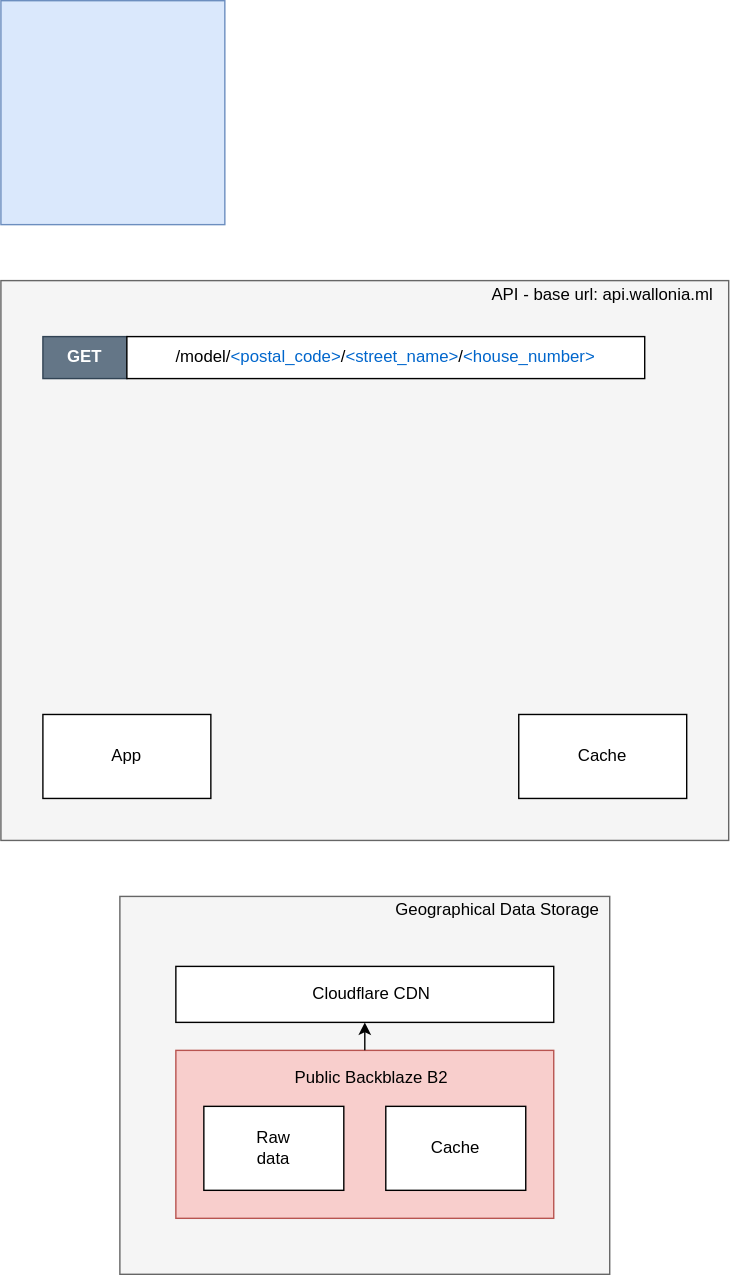
This is Untitled Diagram.svg from paradous/3D_houses, a draw.io export, as it was before one commit. Source tidied: cells renumbered, new cells last; positions are measured from the earlier drawing's top-left corner, leaving out a move shared by most shapes.
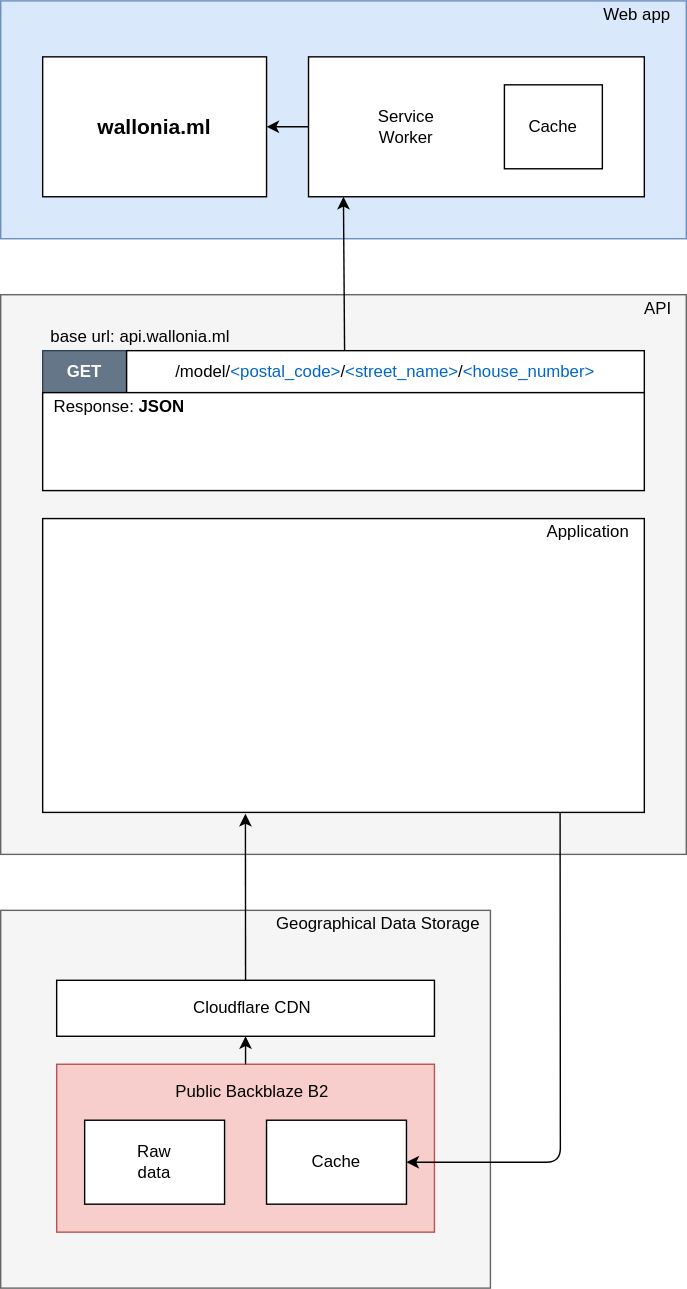
The same file after the commit.

Diff of the diagram source:
```diff
@@ -3,58 +3,52 @@
     <mxCell id="0" />
     <mxCell id="1" parent="0" />
     <mxCell id="2" style="rounded=0;whiteSpace=wrap;html=1;fillColor=#dae8fc;strokeColor=#6c8ebf;" parent="1" vertex="1">
-      <mxGeometry width="160" height="160" as="geometry" />
+      <mxGeometry y="-10" width="490" height="170" as="geometry" />
     </mxCell>
-    <mxCell id="3" style="rounded=0;whiteSpace=wrap;html=1;fillColor=#f5f5f5;strokeColor=#666666;fontColor=#333333;" parent="1" vertex="1">
-      <mxGeometry y="200" width="520" height="400" as="geometry" />
+    <mxCell id="3" value="&lt;meta charset=&quot;utf-8&quot;&gt;&lt;span style=&quot;color: rgb(0, 0, 0); font-family: helvetica; font-size: 12px; font-style: normal; font-weight: 400; letter-spacing: normal; text-align: center; text-indent: 0px; text-transform: none; word-spacing: 0px; background-color: rgb(248, 249, 250); display: inline; float: none;&quot;&gt;base url: api.wallonia.ml&lt;/span&gt;" style="rounded=0;whiteSpace=wrap;html=1;fillColor=#f5f5f5;strokeColor=#666666;fontColor=#333333;" parent="1" vertex="1">
+      <mxGeometry y="200" width="490" height="400" as="geometry" />
     </mxCell>
     <mxCell id="4" style="rounded=0;whiteSpace=wrap;html=1;fillColor=#f5f5f5;strokeColor=#666666;fontColor=#333333;" parent="1" vertex="1">
-      <mxGeometry x="85" y="640" width="350" height="270" as="geometry" />
+      <mxGeometry y="640" width="350" height="270" as="geometry" />
     </mxCell>
     <mxCell id="5" style="rounded=0;whiteSpace=wrap;html=1;" parent="1" vertex="1">
-      <mxGeometry x="125" y="690" width="270" height="40" as="geometry" />
+      <mxGeometry x="40" y="690" width="270" height="40" as="geometry" />
     </mxCell>
     <mxCell id="6" value="Cloudflare CDN" style="text;html=1;strokeColor=none;fillColor=none;align=center;verticalAlign=middle;whiteSpace=wrap;rounded=0;" parent="1" vertex="1">
-      <mxGeometry x="165" y="700" width="200" height="20" as="geometry" />
+      <mxGeometry x="80" y="700" width="200" height="20" as="geometry" />
     </mxCell>
     <mxCell id="7" style="rounded=0;whiteSpace=wrap;html=1;fillColor=#f8cecc;strokeColor=#b85450;" parent="1" vertex="1">
-      <mxGeometry x="125" y="750" width="270" height="120" as="geometry" />
+      <mxGeometry x="40" y="750" width="270" height="120" as="geometry" />
     </mxCell>
     <mxCell id="8" value="Public Backblaze B2" style="text;html=1;strokeColor=none;fillColor=none;align=center;verticalAlign=middle;whiteSpace=wrap;rounded=0;" parent="1" vertex="1">
-      <mxGeometry x="205" y="760" width="120" height="20" as="geometry" />
+      <mxGeometry x="120" y="760" width="120" height="20" as="geometry" />
     </mxCell>
     <mxCell id="9" value="Geographical Data Storage" style="text;html=1;strokeColor=none;fillColor=none;align=center;verticalAlign=middle;whiteSpace=wrap;rounded=0;" parent="1" vertex="1">
-      <mxGeometry x="275" y="640" width="160" height="20" as="geometry" />
+      <mxGeometry x="190" y="640" width="160" height="20" as="geometry" />
     </mxCell>
-    <mxCell id="10" value="API - base url: api.wallonia.ml" style="text;html=1;strokeColor=none;fillColor=none;align=center;verticalAlign=middle;whiteSpace=wrap;rounded=0;" parent="1" vertex="1">
-      <mxGeometry x="340" y="200" width="180" height="20" as="geometry" />
+    <mxCell id="10" value="API" style="text;html=1;strokeColor=none;fillColor=none;align=center;verticalAlign=middle;whiteSpace=wrap;rounded=0;" parent="1" vertex="1">
+      <mxGeometry x="450" y="200" width="40" height="20" as="geometry" />
     </mxCell>
     <mxCell id="11" style="rounded=0;whiteSpace=wrap;html=1;fillColor=#647687;strokeColor=#314354;fontColor=#ffffff;" parent="1" vertex="1">
       <mxGeometry x="30" y="240" width="60" height="30" as="geometry" />
     </mxCell>
     <mxCell id="12" style="rounded=0;whiteSpace=wrap;html=1;" parent="1" vertex="1">
-      <mxGeometry x="30" y="510" width="120" height="60" as="geometry" />
+      <mxGeometry x="30" y="360" width="430" height="210" as="geometry" />
     </mxCell>
-    <mxCell id="13" value="App" style="text;html=1;strokeColor=none;fillColor=none;align=center;verticalAlign=middle;whiteSpace=wrap;rounded=0;" parent="1" vertex="1">
-      <mxGeometry x="70" y="530" width="40" height="20" as="geometry" />
+    <mxCell id="13" value="Application" style="text;html=1;strokeColor=none;fillColor=none;align=center;verticalAlign=middle;whiteSpace=wrap;rounded=0;" parent="1" vertex="1">
+      <mxGeometry x="380" y="360" width="80" height="20" as="geometry" />
     </mxCell>
-    <mxCell id="14" style="rounded=0;whiteSpace=wrap;html=1;" parent="1" vertex="1">
-      <mxGeometry x="370" y="510" width="120" height="60" as="geometry" />
-    </mxCell>
-    <mxCell id="15" value="Cache" style="text;html=1;strokeColor=none;fillColor=none;align=center;verticalAlign=middle;whiteSpace=wrap;rounded=0;" parent="1" vertex="1">
-      <mxGeometry x="410" y="530" width="40" height="20" as="geometry" />
-    </mxCell>
     <mxCell id="16" style="rounded=0;whiteSpace=wrap;html=1;" parent="1" vertex="1">
-      <mxGeometry x="145" y="790" width="100" height="60" as="geometry" />
+      <mxGeometry x="60" y="790" width="100" height="60" as="geometry" />
     </mxCell>
     <mxCell id="17" style="rounded=0;whiteSpace=wrap;html=1;" parent="1" vertex="1">
-      <mxGeometry x="275" y="790" width="100" height="60" as="geometry" />
+      <mxGeometry x="190" y="790" width="100" height="60" as="geometry" />
     </mxCell>
     <mxCell id="18" value="Raw data" style="text;html=1;strokeColor=none;fillColor=none;align=center;verticalAlign=middle;whiteSpace=wrap;rounded=0;" parent="1" vertex="1">
-      <mxGeometry x="175" y="810" width="40" height="20" as="geometry" />
+      <mxGeometry x="90" y="810" width="40" height="20" as="geometry" />
     </mxCell>
     <mxCell id="19" value="Cache" style="text;html=1;strokeColor=none;fillColor=none;align=center;verticalAlign=middle;whiteSpace=wrap;rounded=0;" parent="1" vertex="1">
-      <mxGeometry x="305" y="810" width="40" height="20" as="geometry" />
+      <mxGeometry x="220" y="810" width="40" height="20" as="geometry" />
     </mxCell>
     <mxCell id="20" style="endArrow=classic;html=1;exitX=0.5;exitY=0;exitDx=0;exitDy=0;entryX=0.5;entryY=1;entryDx=0;entryDy=0;" parent="1" edge="1" source="7" target="5">
       <mxGeometry relative="1" as="geometry" />
@@ -68,5 +62,51 @@
     <mxCell id="23" value="/model/&lt;font color=&quot;#0066cc&quot;&gt;&amp;lt;postal_code&amp;gt;&lt;/font&gt;/&lt;font color=&quot;#0066cc&quot;&gt;&amp;lt;street_name&amp;gt;&lt;/font&gt;/&lt;font color=&quot;#0066cc&quot;&gt;&amp;lt;house_number&amp;gt;&lt;/font&gt;" style="text;html=1;strokeColor=none;fillColor=none;align=center;verticalAlign=middle;whiteSpace=wrap;rounded=0;" parent="1" vertex="1">
       <mxGeometry x="90" y="245" width="370" height="20" as="geometry" />
     </mxCell>
+    <mxCell id="24" style="rounded=0;whiteSpace=wrap;html=1;" parent="1" vertex="1">
+      <mxGeometry x="30" y="270" width="430" height="70" as="geometry" />
+    </mxCell>
+    <mxCell id="25" value="Response: &lt;b&gt;JSON&lt;/b&gt;" style="text;html=1;strokeColor=none;fillColor=none;align=center;verticalAlign=middle;whiteSpace=wrap;rounded=0;" parent="1" vertex="1">
+      <mxGeometry x="30" y="270" width="110" height="20" as="geometry" />
+    </mxCell>
+    <mxCell id="26" value="base url: api.wallonia.ml" style="text;html=1;strokeColor=none;fillColor=none;align=center;verticalAlign=middle;whiteSpace=wrap;rounded=0;" parent="1" vertex="1">
+      <mxGeometry x="30" y="220" width="140" height="20" as="geometry" />
+    </mxCell>
+    <mxCell id="27" style="endArrow=classic;html=1;exitX=0.5;exitY=0;exitDx=0;exitDy=0;entryX=0.337;entryY=1.005;entryDx=0;entryDy=0;entryPerimeter=0;" parent="1" edge="1" source="5" target="12">
+      <mxGeometry relative="1" as="geometry" />
+    </mxCell>
+    <mxCell id="28" style="endArrow=classic;html=1;exitX=0.86;exitY=1;exitDx=0;exitDy=0;entryX=1;entryY=0.5;entryDx=0;entryDy=0;exitPerimeter=0;" parent="1" edge="1" source="12" target="17">
+      <mxGeometry relative="1" as="geometry">
+        <Array as="points">
+          <mxPoint x="400" y="820" />
+        </Array>
+      </mxGeometry>
+    </mxCell>
+    <mxCell id="29" value="Web app" style="text;html=1;strokeColor=none;fillColor=none;align=center;verticalAlign=middle;whiteSpace=wrap;rounded=0;" parent="1" vertex="1">
+      <mxGeometry x="420" y="-10" width="70" height="20" as="geometry" />
+    </mxCell>
+    <mxCell id="30" style="endArrow=classic;html=1;exitX=0.421;exitY=-0.005;exitDx=0;exitDy=0;exitPerimeter=0;entryX=0.104;entryY=1;entryDx=0;entryDy=0;entryPerimeter=0;" parent="1" edge="1" source="22" target="31">
+      <mxGeometry relative="1" as="geometry" />
+    </mxCell>
+    <mxCell id="31" style="rounded=0;whiteSpace=wrap;html=1;" parent="1" vertex="1">
+      <mxGeometry x="220" y="30" width="240" height="100" as="geometry" />
+    </mxCell>
+    <mxCell id="32" value="Service Worker" style="text;html=1;strokeColor=none;fillColor=none;align=center;verticalAlign=middle;whiteSpace=wrap;rounded=0;" parent="1" vertex="1">
+      <mxGeometry x="270" y="70" width="40" height="20" as="geometry" />
+    </mxCell>
+    <mxCell id="33" style="rounded=0;whiteSpace=wrap;html=1;" parent="1" vertex="1">
+      <mxGeometry x="360" y="50" width="70" height="60" as="geometry" />
+    </mxCell>
+    <mxCell id="15" value="Cache" style="text;html=1;strokeColor=none;fillColor=none;align=center;verticalAlign=middle;whiteSpace=wrap;rounded=0;" parent="1" vertex="1">
+      <mxGeometry x="375" y="70" width="40" height="20" as="geometry" />
+    </mxCell>
+    <mxCell id="34" style="rounded=0;whiteSpace=wrap;html=1;" parent="1" vertex="1">
+      <mxGeometry x="30" y="30" width="160" height="100" as="geometry" />
+    </mxCell>
+    <mxCell id="35" value="&lt;font style=&quot;font-size: 15px&quot;&gt;&lt;b&gt;wallonia.ml&lt;/b&gt;&lt;/font&gt;" style="text;html=1;strokeColor=none;fillColor=none;align=center;verticalAlign=middle;whiteSpace=wrap;rounded=0;" parent="1" vertex="1">
+      <mxGeometry x="30" y="70" width="160" height="20" as="geometry" />
+    </mxCell>
+    <mxCell id="36" style="endArrow=classic;html=1;exitX=0;exitY=0.5;exitDx=0;exitDy=0;entryX=1;entryY=0.5;entryDx=0;entryDy=0;" parent="1" edge="1" source="31" target="34">
+      <mxGeometry relative="1" as="geometry" />
+    </mxCell>
   </root>
 </mxGraphModel>
```
